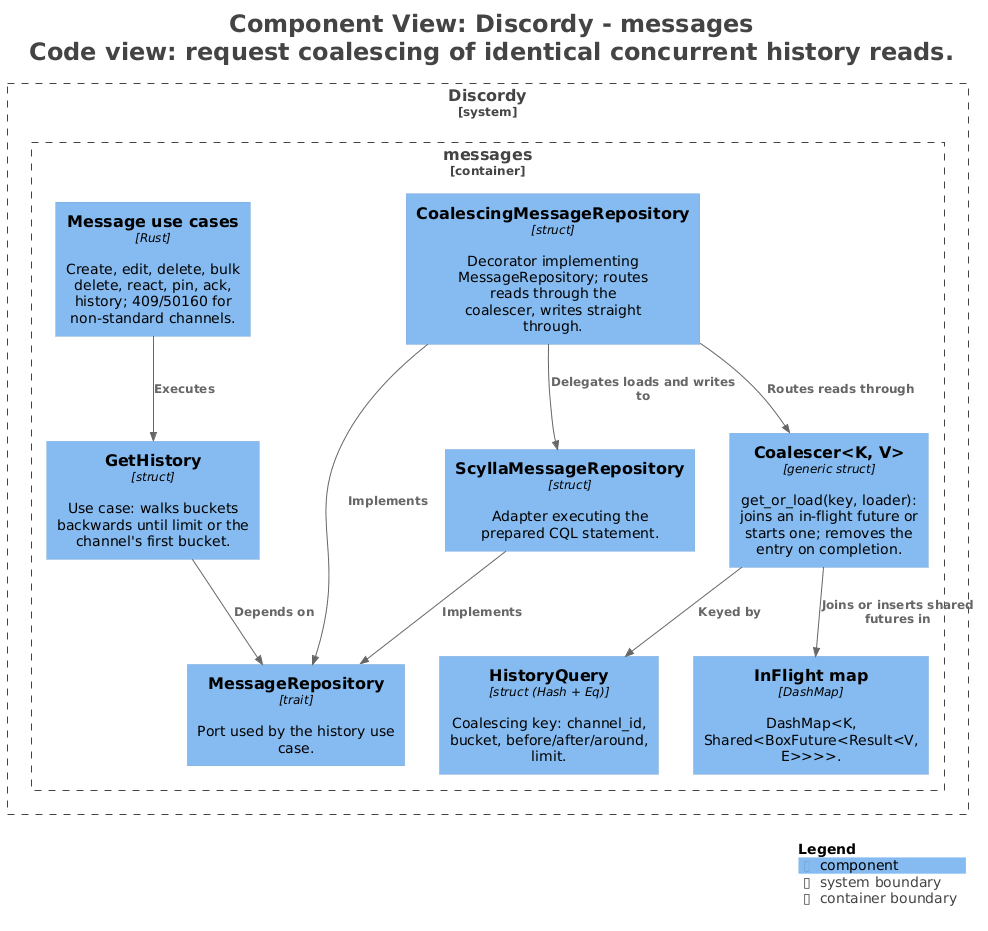
voics-app/docs keeps this PlantUML diagram as c4/rendered/structurizr-C4-RequestCoalescer.png. Above is the earlier version.
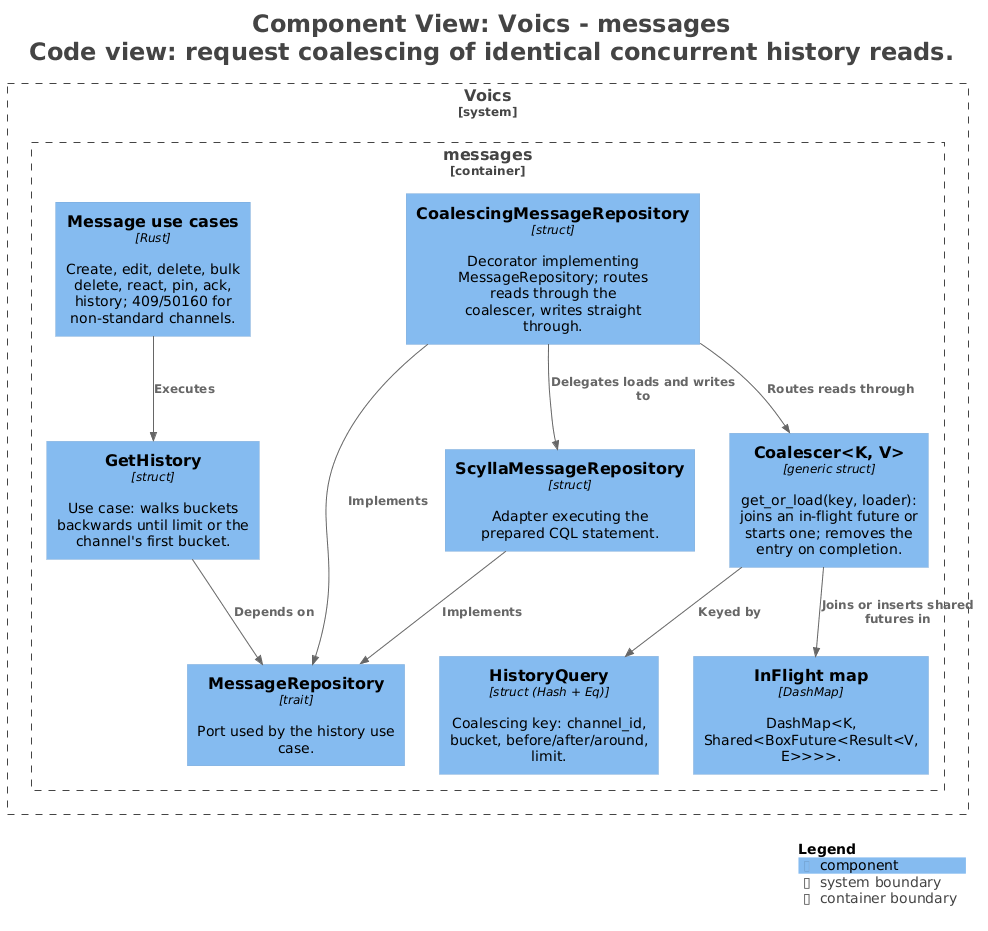
After the change.

Change to the diagram source:
```diff
@@ -1,5 +1,5 @@
 @startuml
-title <size:24>Component View: Discordy - messages</size>\n<size:24>Code view: request coalescing of identical concurrent history reads.</size>
+title <size:24>Component View: Voics - messages</size>\n<size:24>Code view: request coalescing of identical concurrent history reads.</size>
 
 set separator none
 top to bottom direction
@@ -15,28 +15,28 @@
 !include <C4/C4_Context>
 !include <C4/C4_Component>
 
-System_Boundary("Discordy_boundary", "Discordy", $tags="") {
-  Container_Boundary("Discordy.messages_boundary", "messages", $tags="") {
-    Component(Discordy.messages.Messageusecases, "Message use cases", $techn="Rust", $descr="Create, edit, delete, bulk delete, react, pin, ack, history; 409/50160 for non-standard channels.", $tags="", $link="")
-    Component(Discordy.messages.CoalescerKV, "Coalescer<K, V>", $techn="generic struct", $descr="get_or_load(key, loader): joins an in-flight future or starts one; removes the entry on completion.", $tags="", $link="")
-    Component(Discordy.messages.InFlightmap, "InFlight map", $techn="DashMap", $descr="DashMap<K, Shared<BoxFuture<Result<V, E>>>>.", $tags="", $link="")
-    Component(Discordy.messages.HistoryQuery, "HistoryQuery", $techn="struct (Hash + Eq)", $descr="Coalescing key: channel_id, bucket, before/after/around, limit.", $tags="", $link="")
-    Component(Discordy.messages.CoalescingMessageRepository, "CoalescingMessageRepository", $techn="struct", $descr="Decorator implementing MessageRepository; routes reads through the coalescer, writes straight through.", $tags="", $link="")
-    Component(Discordy.messages.MessageRepository, "MessageRepository", $techn="trait", $descr="Port used by the history use case.", $tags="", $link="")
-    Component(Discordy.messages.ScyllaMessageRepository, "ScyllaMessageRepository", $techn="struct", $descr="Adapter executing the prepared CQL statement.", $tags="", $link="")
-    Component(Discordy.messages.GetHistory, "GetHistory", $techn="struct", $descr="Use case: walks buckets backwards until limit or the channel's first bucket.", $tags="", $link="")
+System_Boundary("Voics_boundary", "Voics", $tags="") {
+  Container_Boundary("Voics.messages_boundary", "messages", $tags="") {
+    Component(Voics.messages.Messageusecases, "Message use cases", $techn="Rust", $descr="Create, edit, delete, bulk delete, react, pin, ack, history; 409/50160 for non-standard channels.", $tags="", $link="")
+    Component(Voics.messages.CoalescerKV, "Coalescer<K, V>", $techn="generic struct", $descr="get_or_load(key, loader): joins an in-flight future or starts one; removes the entry on completion.", $tags="", $link="")
+    Component(Voics.messages.InFlightmap, "InFlight map", $techn="DashMap", $descr="DashMap<K, Shared<BoxFuture<Result<V, E>>>>.", $tags="", $link="")
+    Component(Voics.messages.HistoryQuery, "HistoryQuery", $techn="struct (Hash + Eq)", $descr="Coalescing key: channel_id, bucket, before/after/around, limit.", $tags="", $link="")
+    Component(Voics.messages.CoalescingMessageRepository, "CoalescingMessageRepository", $techn="struct", $descr="Decorator implementing MessageRepository; routes reads through the coalescer, writes straight through.", $tags="", $link="")
+    Component(Voics.messages.MessageRepository, "MessageRepository", $techn="trait", $descr="Port used by the history use case.", $tags="", $link="")
+    Component(Voics.messages.ScyllaMessageRepository, "ScyllaMessageRepository", $techn="struct", $descr="Adapter executing the prepared CQL statement.", $tags="", $link="")
+    Component(Voics.messages.GetHistory, "GetHistory", $techn="struct", $descr="Use case: walks buckets backwards until limit or the channel's first bucket.", $tags="", $link="")
   }
 
 }
 
-Rel(Discordy.messages.GetHistory, Discordy.messages.MessageRepository, "Depends on", $techn="", $tags="", $link="")
-Rel(Discordy.messages.CoalescingMessageRepository, Discordy.messages.MessageRepository, "Implements", $techn="", $tags="", $link="")
-Rel(Discordy.messages.ScyllaMessageRepository, Discordy.messages.MessageRepository, "Implements", $techn="", $tags="", $link="")
-Rel(Discordy.messages.CoalescingMessageRepository, Discordy.messages.CoalescerKV, "Routes reads through", $techn="", $tags="", $link="")
-Rel(Discordy.messages.CoalescingMessageRepository, Discordy.messages.ScyllaMessageRepository, "Delegates loads and writes to", $techn="", $tags="", $link="")
-Rel(Discordy.messages.CoalescerKV, Discordy.messages.InFlightmap, "Joins or inserts shared futures in", $techn="", $tags="", $link="")
-Rel(Discordy.messages.CoalescerKV, Discordy.messages.HistoryQuery, "Keyed by", $techn="", $tags="", $link="")
-Rel(Discordy.messages.Messageusecases, Discordy.messages.GetHistory, "Executes", $techn="", $tags="", $link="")
+Rel(Voics.messages.GetHistory, Voics.messages.MessageRepository, "Depends on", $techn="", $tags="", $link="")
+Rel(Voics.messages.CoalescingMessageRepository, Voics.messages.MessageRepository, "Implements", $techn="", $tags="", $link="")
+Rel(Voics.messages.ScyllaMessageRepository, Voics.messages.MessageRepository, "Implements", $techn="", $tags="", $link="")
+Rel(Voics.messages.CoalescingMessageRepository, Voics.messages.CoalescerKV, "Routes reads through", $techn="", $tags="", $link="")
+Rel(Voics.messages.CoalescingMessageRepository, Voics.messages.ScyllaMessageRepository, "Delegates loads and writes to", $techn="", $tags="", $link="")
+Rel(Voics.messages.CoalescerKV, Voics.messages.InFlightmap, "Joins or inserts shared futures in", $techn="", $tags="", $link="")
+Rel(Voics.messages.CoalescerKV, Voics.messages.HistoryQuery, "Keyed by", $techn="", $tags="", $link="")
+Rel(Voics.messages.Messageusecases, Voics.messages.GetHistory, "Executes", $techn="", $tags="", $link="")
 
 SHOW_LEGEND(true)
 hide stereotypes
```
